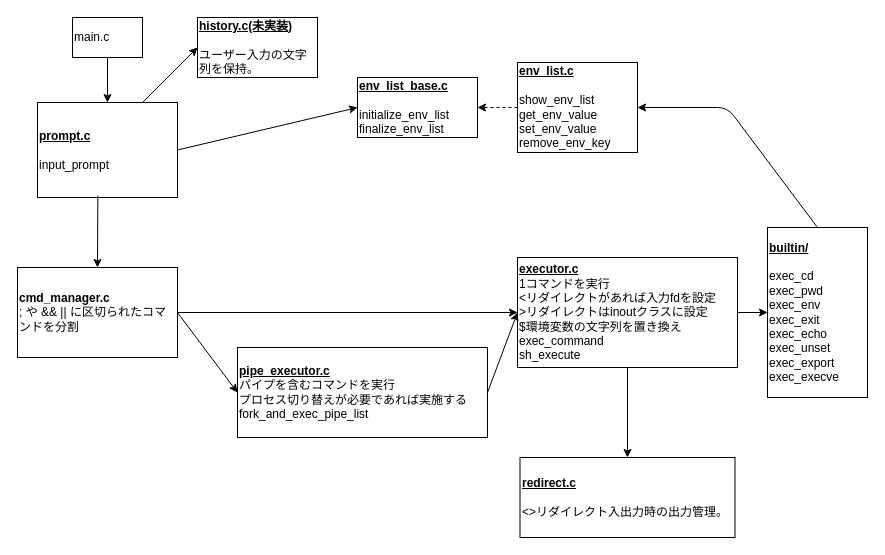
Above: page "クラス図(設計時)" (3 of 4) of design/diagram.drawio in Toshiki-Nakamura/minishell (draw.io), before the change. Source tidied: cells renumbered, new cells numbered last; positions are measured from the earlier drawing's top-left corner, leaving out a move shared by most shapes. Both pictures are drawn from the tidied source at 100%, with x=0, y=0 at pixel (17, 17).
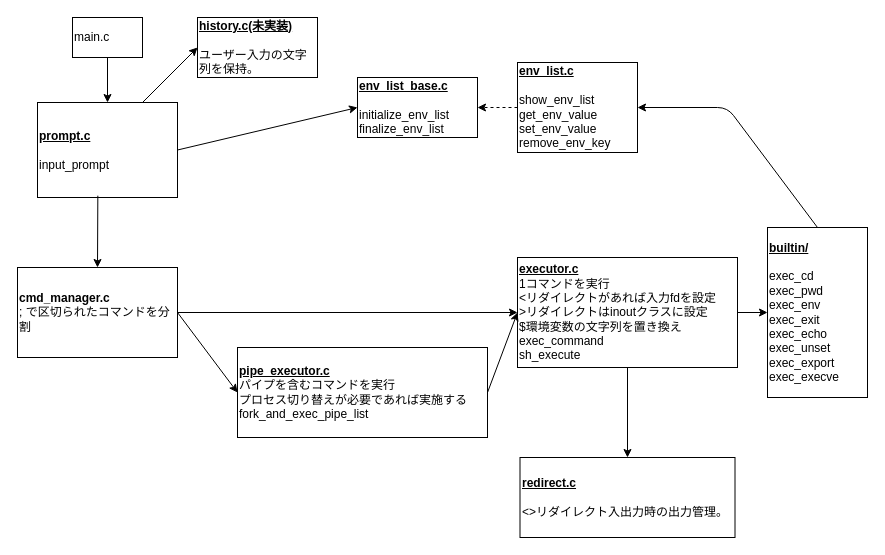
After the change.

What changed in the source:
```diff
@@
-    <mxCell id="17" value="&lt;b&gt;cmd_manager.c&lt;/b&gt;&lt;br&gt;; や &amp;amp;&amp;amp; || に区切られたコマンドを分割" style="rounded=0;whiteSpace=wrap;html=1;align=left;" parent="1" vertex="1">
+    <mxCell id="17" value="&lt;b&gt;cmd_manager.c&lt;/b&gt;&lt;br&gt;; で区切られたコマンドを分割" style="rounded=0;whiteSpace=wrap;html=1;align=left;" parent="1" vertex="1">
       <mxGeometry y="250" width="160" height="90" as="geometry" />
     </mxCell>
```
